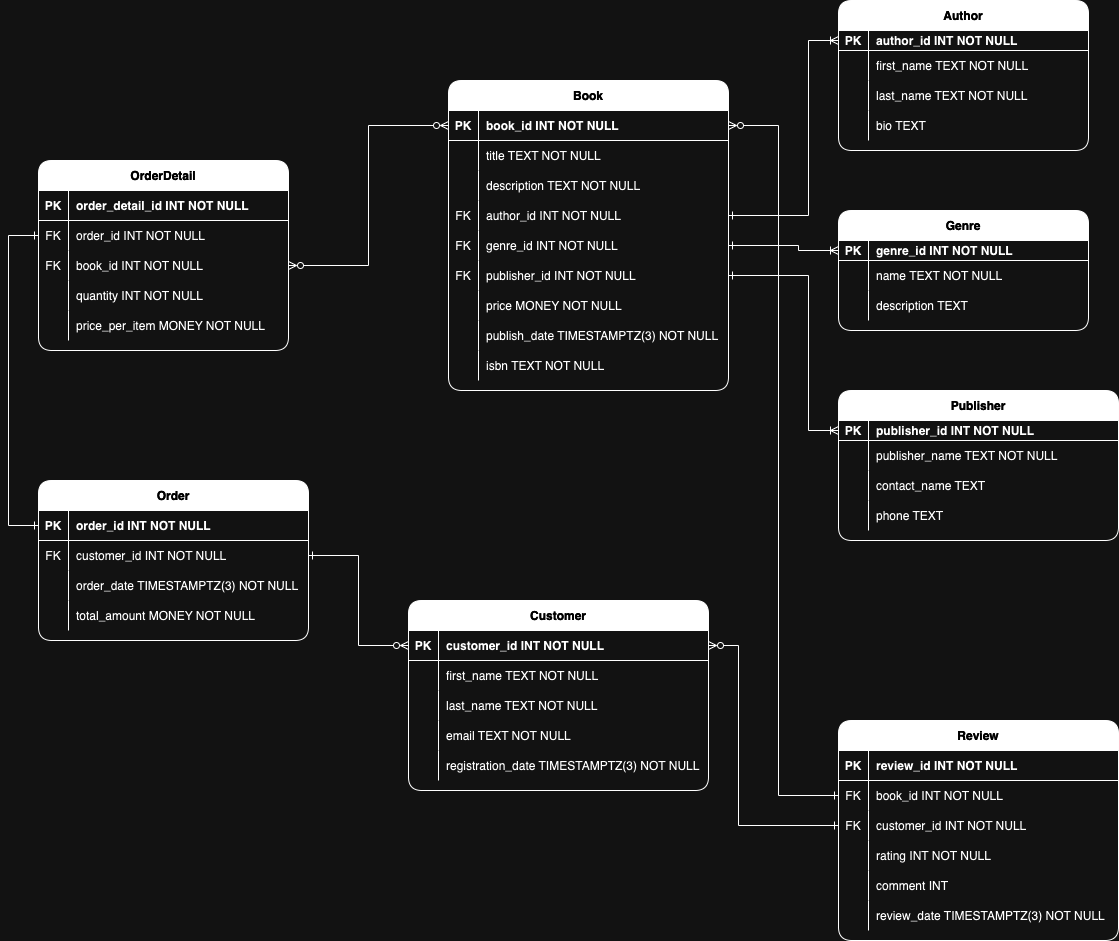
Earlier version of the draw.io export images/rest-api-crud.drawio.png (emisasal/rest-api-crud). Source tidied: cells renumbered, new cells last; positions are measured from the earlier drawing's top-left corner, leaving out a move shared by most shapes.
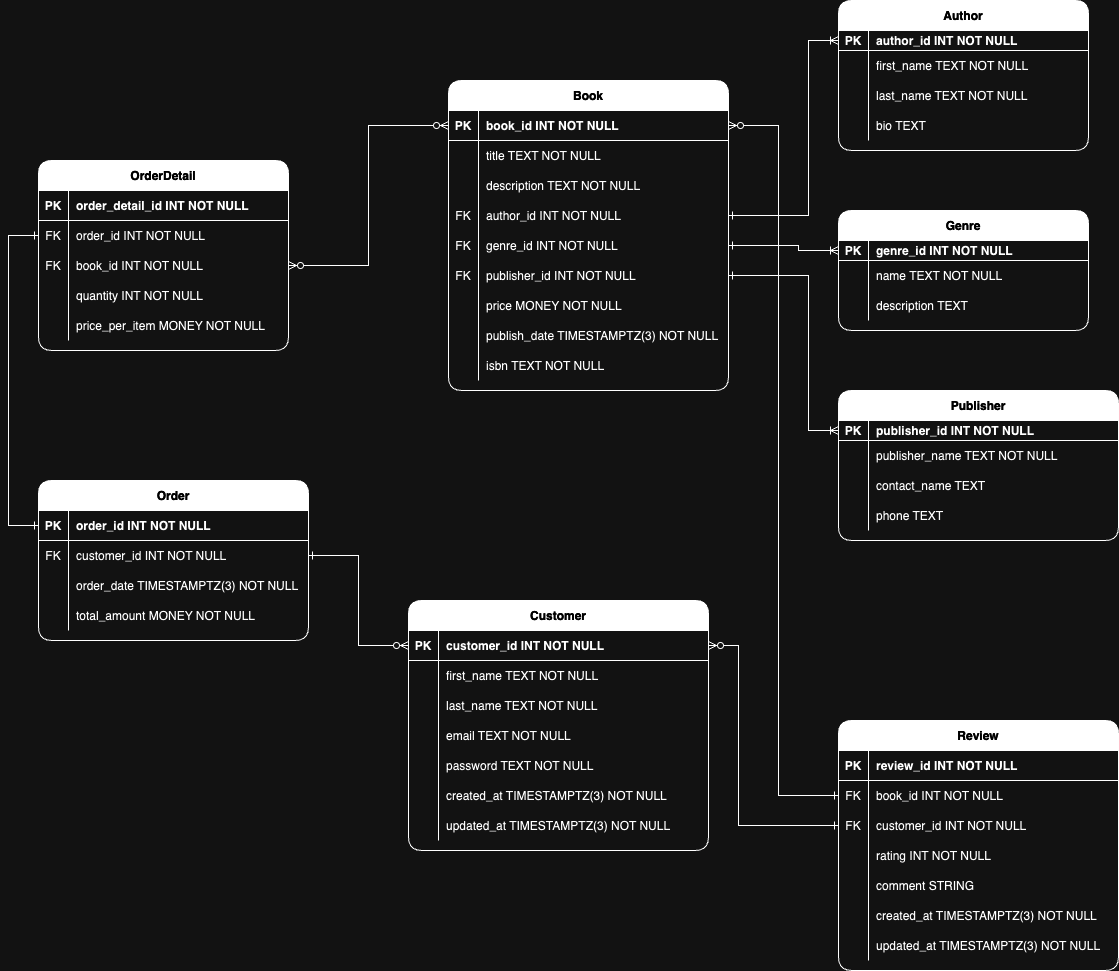
The same diagram one commit later.

Commit message:
Schema changes and ERD update

The edit, as a diff of the source:
```diff
@@ -267,7 +267,7 @@
       </mxGeometry>
     </mxCell>
     <mxCell id="85" value="Customer" style="shape=table;startSize=30;rowLines=0;fontStyle=1;align=center;rounded=1;swimlaneLine=1;fontColor=#FFFFFF;fillColor=#000000;" parent="1" vertex="1">
-      <mxGeometry x="400" y="600" width="300" height="190" as="geometry" />
+      <mxGeometry x="400" y="600" width="300" height="250" as="geometry" />
     </mxCell>
     <mxCell id="86" style="shape=partialRectangle;fillColor=none;points=[[0,0.5],[1,0.5]];portConstraint=eastwest;top=0;left=0;right=0;bottom=1;" parent="85" vertex="1">
       <mxGeometry y="30" width="300" height="30" as="geometry" />
@@ -311,9 +311,27 @@
     <mxCell id="99" style="shape=partialRectangle;overflow=hidden;fillColor=none;top=0;left=0;bottom=0;right=0;" parent="98" vertex="1">
       <mxGeometry width="30" height="30" as="geometry" />
     </mxCell>
-    <mxCell id="100" value="registration_date TIMESTAMPTZ(3) NOT NULL" style="shape=partialRectangle;overflow=hidden;fillColor=none;top=0;left=0;bottom=0;right=0;align=left;spacingLeft=6;" parent="98" vertex="1">
+    <mxCell id="100" value="password TEXT NOT NULL" style="shape=partialRectangle;overflow=hidden;fillColor=none;top=0;left=0;bottom=0;right=0;align=left;spacingLeft=6;" parent="98" vertex="1">
       <mxGeometry x="30" width="270" height="30" as="geometry" />
     </mxCell>
+    <mxCell id="138" style="shape=partialRectangle;fillColor=none;top=0;left=0;right=0;bottom=0;" parent="85" vertex="1">
+      <mxGeometry y="180" width="300" height="30" as="geometry" />
+    </mxCell>
+    <mxCell id="139" style="shape=partialRectangle;overflow=hidden;fillColor=none;top=0;left=0;bottom=0;right=0;" parent="138" vertex="1">
+      <mxGeometry width="30" height="30" as="geometry" />
+    </mxCell>
+    <mxCell id="140" value="created_at TIMESTAMPTZ(3) NOT NULL" style="shape=partialRectangle;overflow=hidden;fillColor=none;top=0;left=0;bottom=0;right=0;align=left;spacingLeft=6;" parent="138" vertex="1">
+      <mxGeometry x="30" width="270" height="30" as="geometry" />
+    </mxCell>
+    <mxCell id="141" style="shape=partialRectangle;fillColor=none;top=0;left=0;right=0;bottom=0;" parent="85" vertex="1">
+      <mxGeometry y="210" width="300" height="30" as="geometry" />
+    </mxCell>
+    <mxCell id="142" style="shape=partialRectangle;overflow=hidden;fillColor=none;top=0;left=0;bottom=0;right=0;" parent="141" vertex="1">
+      <mxGeometry width="30" height="30" as="geometry" />
+    </mxCell>
+    <mxCell id="143" value="updated_at TIMESTAMPTZ(3) NOT NULL" style="shape=partialRectangle;overflow=hidden;fillColor=none;top=0;left=0;bottom=0;right=0;align=left;spacingLeft=6;" parent="141" vertex="1">
+      <mxGeometry x="30" width="270" height="30" as="geometry" />
+    </mxCell>
     <mxCell id="101" value="Order" style="shape=table;startSize=30;rowLines=0;fontStyle=1;align=center;rounded=1;swimlaneLine=1;fontColor=#FFFFFF;fillColor=#000000;" parent="1" vertex="1">
       <mxGeometry x="30" y="480" width="270" height="160" as="geometry" />
     </mxCell>
@@ -368,7 +386,7 @@
       <mxGeometry relative="1" as="geometry" />
     </mxCell>
     <mxCell id="117" value="Review" style="shape=table;startSize=30;rowLines=0;fontStyle=1;align=center;rounded=1;swimlaneLine=1;fontColor=#FFFFFF;fillColor=#000000;" parent="1" vertex="1">
-      <mxGeometry x="830" y="720" width="280" height="220" as="geometry" />
+      <mxGeometry x="830" y="720" width="280" height="250" as="geometry" />
     </mxCell>
     <mxCell id="118" style="shape=partialRectangle;fillColor=none;top=0;left=0;right=0;bottom=1;" parent="117" vertex="1">
       <mxGeometry y="30" width="280" height="30" as="geometry" />
@@ -412,7 +430,7 @@
     <mxCell id="131" style="shape=partialRectangle;overflow=hidden;fillColor=none;top=0;left=0;bottom=0;right=0;" parent="130" vertex="1">
       <mxGeometry width="30" height="30" as="geometry" />
     </mxCell>
-    <mxCell id="132" value="comment INT" style="shape=partialRectangle;overflow=hidden;fillColor=none;top=0;left=0;bottom=0;right=0;align=left;spacingLeft=6;" parent="130" vertex="1">
+    <mxCell id="132" value="comment STRING" style="shape=partialRectangle;overflow=hidden;fillColor=none;top=0;left=0;bottom=0;right=0;align=left;spacingLeft=6;" parent="130" vertex="1">
       <mxGeometry x="30" width="250" height="30" as="geometry" />
     </mxCell>
     <mxCell id="133" style="shape=partialRectangle;fillColor=none;top=0;left=0;right=0;bottom=0;" parent="117" vertex="1">
@@ -421,9 +439,18 @@
     <mxCell id="134" style="shape=partialRectangle;overflow=hidden;fillColor=none;top=0;left=0;bottom=0;right=0;" parent="133" vertex="1">
       <mxGeometry width="30" height="30" as="geometry" />
     </mxCell>
-    <mxCell id="135" value="review_date TIMESTAMPTZ(3) NOT NULL" style="shape=partialRectangle;overflow=hidden;fillColor=none;top=0;left=0;bottom=0;right=0;align=left;spacingLeft=6;" parent="133" vertex="1">
+    <mxCell id="135" value="created_at TIMESTAMPTZ(3) NOT NULL" style="shape=partialRectangle;overflow=hidden;fillColor=none;top=0;left=0;bottom=0;right=0;align=left;spacingLeft=6;" parent="133" vertex="1">
       <mxGeometry x="30" width="250" height="30" as="geometry" />
     </mxCell>
+    <mxCell id="144" style="shape=partialRectangle;fillColor=none;top=0;left=0;right=0;bottom=0;" parent="117" vertex="1">
+      <mxGeometry y="210" width="280" height="30" as="geometry" />
+    </mxCell>
+    <mxCell id="145" style="shape=partialRectangle;overflow=hidden;fillColor=none;top=0;left=0;bottom=0;right=0;" parent="144" vertex="1">
+      <mxGeometry width="30" height="30" as="geometry" />
+    </mxCell>
+    <mxCell id="146" value="updated_at TIMESTAMPTZ(3) NOT NULL" style="shape=partialRectangle;overflow=hidden;fillColor=none;top=0;left=0;bottom=0;right=0;align=left;spacingLeft=6;" parent="144" vertex="1">
+      <mxGeometry x="30" width="250" height="30" as="geometry" />
+    </mxCell>
     <mxCell id="136" style="edgeStyle=orthogonalEdgeStyle;rounded=0;jettySize=auto;html=1;exitX=0;exitY=0.5;exitDx=0;exitDy=0;entryX=1;entryY=0.5;entryDx=0;entryDy=0;startArrow=ERone;startFill=0;endArrow=ERzeroToMany;endFill=0;" parent="1" edge="1" source="124" target="86">
       <mxGeometry relative="1" as="geometry">
         <Array as="points">
```
